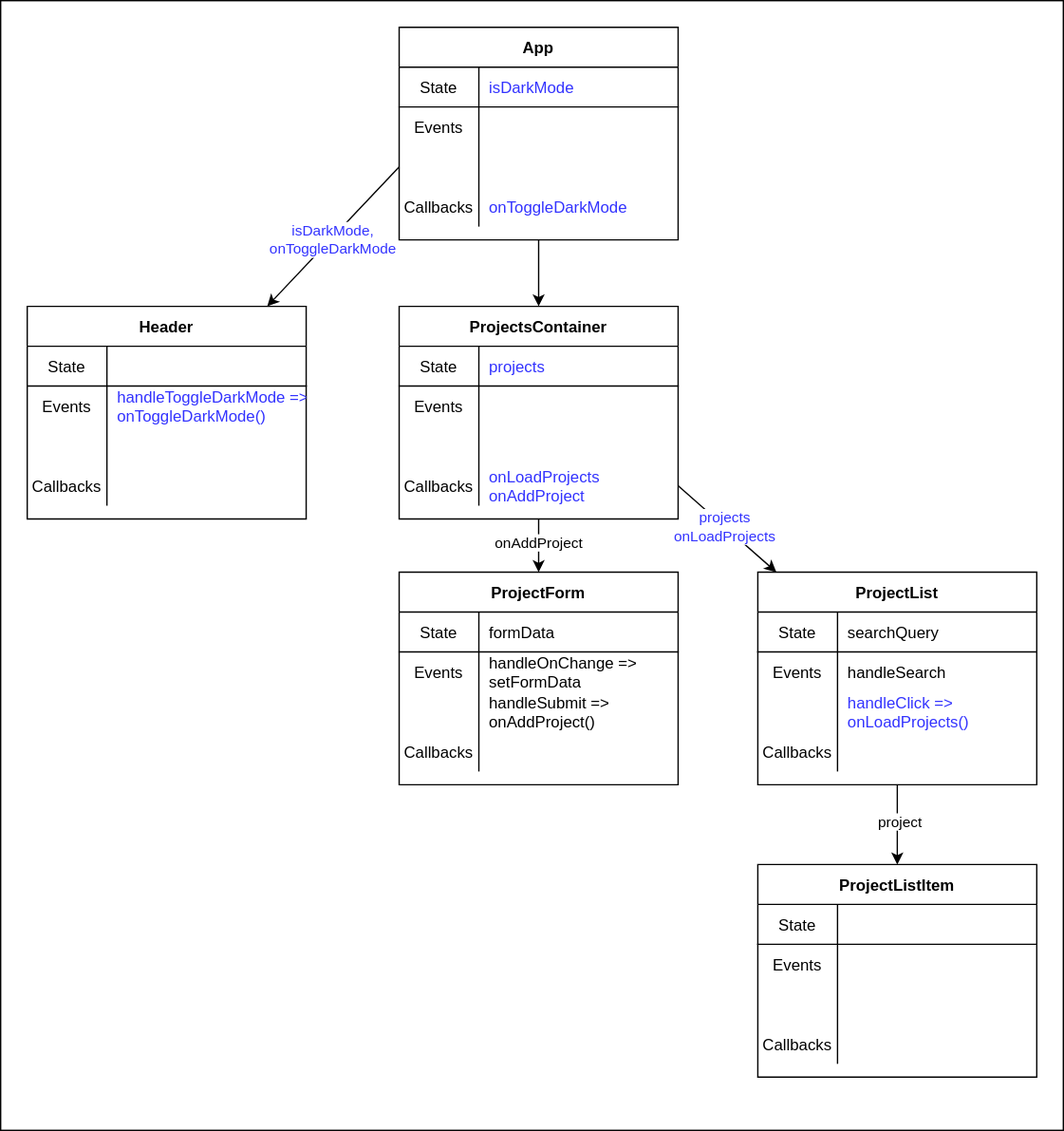
The draw.io diagram 05_side_effects_and_data_fetching/assets/component-hierarchy-diagram.drawio.svg in learn-co-students/SENG-LIVE-082922-phase-2-react, before a commit. Source tidied: cells renumbered, new cells last; positions are measured from the earlier drawing's top-left corner, leaving out a move shared by most shapes.
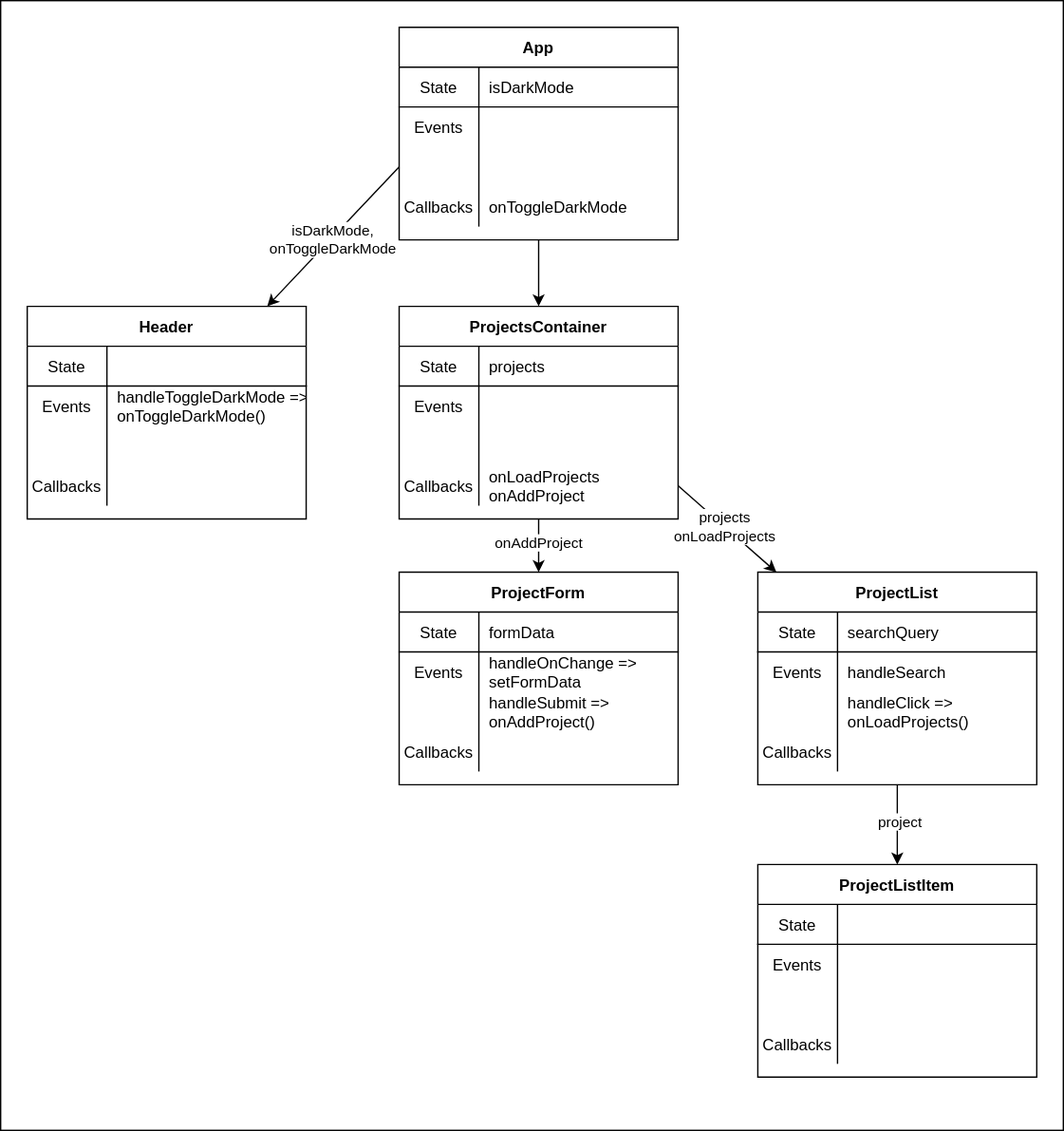
After the change.

Commit message:
update component diagram

What changed in the source:
```diff
@@ -8,7 +8,7 @@
     <mxCell id="3" style="edgeStyle=none;html=1;exitX=0;exitY=0.5;exitDx=0;exitDy=0;" parent="1" edge="1" source="17" target="23">
       <mxGeometry relative="1" as="geometry" />
     </mxCell>
-    <mxCell id="4" value="&lt;font color=&quot;#3333ff&quot;&gt;isDarkMode,&lt;br&gt;onToggleDarkMode&lt;/font&gt;" style="edgeLabel;html=1;align=center;verticalAlign=middle;" parent="3" vertex="1">
+    <mxCell id="4" value="&lt;font&gt;isDarkMode,&lt;br&gt;onToggleDarkMode&lt;/font&gt;" style="edgeLabel;html=1;align=center;verticalAlign=middle;fontColor=default;" parent="3" vertex="1">
       <mxGeometry x="0.03" y="1" relative="1" as="geometry" />
     </mxCell>
     <mxCell id="5" style="edgeStyle=none;html=1;" parent="1" edge="1" target="36">
@@ -22,7 +22,7 @@
     <mxCell id="7" style="edgeStyle=none;html=1;exitX=1;exitY=0.5;exitDx=0;exitDy=0;" parent="1" edge="1" source="87" target="51">
       <mxGeometry relative="1" as="geometry" />
     </mxCell>
-    <mxCell id="8" value="&lt;font color=&quot;#3333ff&quot;&gt;projects&lt;br&gt;onLoadProjects&lt;/font&gt;" style="edgeLabel;html=1;align=center;verticalAlign=middle;" parent="7" vertex="1">
+    <mxCell id="8" value="&lt;font&gt;projects&lt;br&gt;onLoadProjects&lt;/font&gt;" style="edgeLabel;html=1;align=center;verticalAlign=middle;fontColor=default;" parent="7" vertex="1">
       <mxGeometry x="-0.06" relative="1" as="geometry" />
     </mxCell>
     <mxCell id="9" style="edgeStyle=none;html=1;entryX=0.5;entryY=0;entryDx=0;entryDy=0;" parent="1" edge="1" source="10" target="77">
@@ -31,13 +31,13 @@
     <mxCell id="10" value="App" style="shape=table;startSize=30;rowLines=0;fontStyle=1;align=center;" parent="1" vertex="1">
       <mxGeometry x="300" y="20" width="210" height="160" as="geometry" />
     </mxCell>
-    <mxCell id="11" style="shape=partialRectangle;fillColor=none;top=0;left=0;bottom=1;right=0;" parent="10" vertex="1">
+    <mxCell id="11" style="shape=partialRectangle;fillColor=none;top=0;left=0;bottom=1;right=0;fontColor=default;" parent="10" vertex="1">
       <mxGeometry y="30" width="210" height="30" as="geometry" />
     </mxCell>
     <mxCell id="12" value="State" style="shape=partialRectangle;fillColor=none;top=0;left=0;bottom=0;right=0;fontStyle=0;overflow=hidden;" parent="11" vertex="1">
       <mxGeometry width="60" height="30" as="geometry" />
     </mxCell>
-    <mxCell id="13" value="isDarkMode" style="shape=partialRectangle;fillColor=none;top=0;left=0;bottom=0;right=0;align=left;spacingLeft=6;fontStyle=0;overflow=hidden;fontColor=#3333FF;" parent="11" vertex="1">
+    <mxCell id="13" value="isDarkMode" style="shape=partialRectangle;fillColor=none;top=0;left=0;bottom=0;right=0;align=left;spacingLeft=6;fontStyle=0;overflow=hidden;fontColor=default;" parent="11" vertex="1">
       <mxGeometry x="60" width="150" height="30" as="geometry" />
     </mxCell>
     <mxCell id="14" style="shape=partialRectangle;fillColor=none;top=0;left=0;bottom=0;right=0;" parent="10" vertex="1">
@@ -64,7 +64,7 @@
     <mxCell id="21" value="Callbacks" style="shape=partialRectangle;fillColor=none;top=0;left=0;bottom=0;right=0;overflow=hidden;" parent="20" vertex="1">
       <mxGeometry width="60" height="30" as="geometry" />
     </mxCell>
-    <mxCell id="22" value="onToggleDarkMode" style="shape=partialRectangle;fillColor=none;top=0;left=0;bottom=0;right=0;align=left;spacingLeft=6;overflow=hidden;strokeColor=#3333FF;fontColor=#3333FF;" parent="20" vertex="1">
+    <mxCell id="22" value="onToggleDarkMode" style="shape=partialRectangle;fillColor=none;top=0;left=0;bottom=0;right=0;align=left;spacingLeft=6;overflow=hidden;strokeColor=#3333FF;fontColor=default;" parent="20" vertex="1">
       <mxGeometry x="60" width="150" height="30" as="geometry" />
     </mxCell>
     <mxCell id="23" value="Header" style="shape=table;startSize=30;rowLines=0;fontStyle=1;align=center;" parent="1" vertex="1">
@@ -85,7 +85,7 @@
     <mxCell id="28" value="Events" style="shape=partialRectangle;fillColor=none;top=0;left=0;bottom=0;right=0;overflow=hidden;" parent="27" vertex="1">
       <mxGeometry width="60" height="30" as="geometry" />
     </mxCell>
-    <mxCell id="29" value="handleToggleDarkMode =&gt;&#10;onToggleDarkMode()" style="shape=partialRectangle;fillColor=none;top=0;left=0;bottom=0;right=0;align=left;spacingLeft=6;overflow=hidden;fontColor=#3333FF;" parent="27" vertex="1">
+    <mxCell id="29" value="handleToggleDarkMode =&gt;&#10;onToggleDarkMode()" style="shape=partialRectangle;fillColor=none;top=0;left=0;bottom=0;right=0;align=left;spacingLeft=6;overflow=hidden;fontColor=default;" parent="27" vertex="1">
       <mxGeometry x="60" width="150" height="30" as="geometry" />
     </mxCell>
     <mxCell id="30" style="shape=partialRectangle;fillColor=none;top=0;left=0;bottom=0;right=0;" parent="23" vertex="1">
@@ -178,7 +178,7 @@
     <mxCell id="59" style="shape=partialRectangle;fillColor=none;top=0;left=0;bottom=0;right=0;overflow=hidden;" parent="58" vertex="1">
       <mxGeometry width="60" height="30" as="geometry" />
     </mxCell>
-    <mxCell id="60" value="handleClick =&gt;&#10;onLoadProjects()" style="shape=partialRectangle;fillColor=none;top=0;left=0;bottom=0;right=0;align=left;spacingLeft=6;overflow=hidden;fontColor=#3333FF;" parent="58" vertex="1">
+    <mxCell id="60" value="handleClick =&gt;&#10;onLoadProjects()" style="shape=partialRectangle;fillColor=none;top=0;left=0;bottom=0;right=0;align=left;spacingLeft=6;overflow=hidden;fontColor=default;" parent="58" vertex="1">
       <mxGeometry x="60" width="150" height="30" as="geometry" />
     </mxCell>
     <mxCell id="61" style="shape=partialRectangle;fillColor=none;top=0;left=0;bottom=0;right=0;" parent="51" vertex="1">
@@ -238,7 +238,7 @@
     <mxCell id="79" value="State" style="shape=partialRectangle;fillColor=none;top=0;left=0;bottom=0;right=0;fontStyle=0;overflow=hidden;" parent="78" vertex="1">
       <mxGeometry width="60" height="30" as="geometry" />
     </mxCell>
-    <mxCell id="80" value="projects" style="shape=partialRectangle;fillColor=none;top=0;left=0;bottom=0;right=0;align=left;spacingLeft=6;fontStyle=0;overflow=hidden;fontColor=#3333FF;" parent="78" vertex="1">
+    <mxCell id="80" value="projects" style="shape=partialRectangle;fillColor=none;top=0;left=0;bottom=0;right=0;align=left;spacingLeft=6;fontStyle=0;overflow=hidden;fontColor=default;" parent="78" vertex="1">
       <mxGeometry x="60" width="150" height="30" as="geometry" />
     </mxCell>
     <mxCell id="81" style="shape=partialRectangle;fillColor=none;top=0;left=0;bottom=0;right=0;" parent="77" vertex="1">
@@ -265,7 +265,7 @@
     <mxCell id="88" value="Callbacks" style="shape=partialRectangle;fillColor=none;top=0;left=0;bottom=0;right=0;overflow=hidden;" parent="87" vertex="1">
       <mxGeometry width="60" height="30" as="geometry" />
     </mxCell>
-    <mxCell id="89" value="onLoadProjects&#10;onAddProject" style="shape=partialRectangle;fillColor=none;top=0;left=0;bottom=0;right=0;align=left;spacingLeft=6;overflow=hidden;strokeColor=#3333FF;fontColor=#3333FF;" parent="87" vertex="1">
+    <mxCell id="89" value="onLoadProjects&#10;onAddProject" style="shape=partialRectangle;fillColor=none;top=0;left=0;bottom=0;right=0;align=left;spacingLeft=6;overflow=hidden;strokeColor=#3333FF;fontColor=default;" parent="87" vertex="1">
       <mxGeometry x="60" width="150" height="30" as="geometry" />
     </mxCell>
   </root>
```
